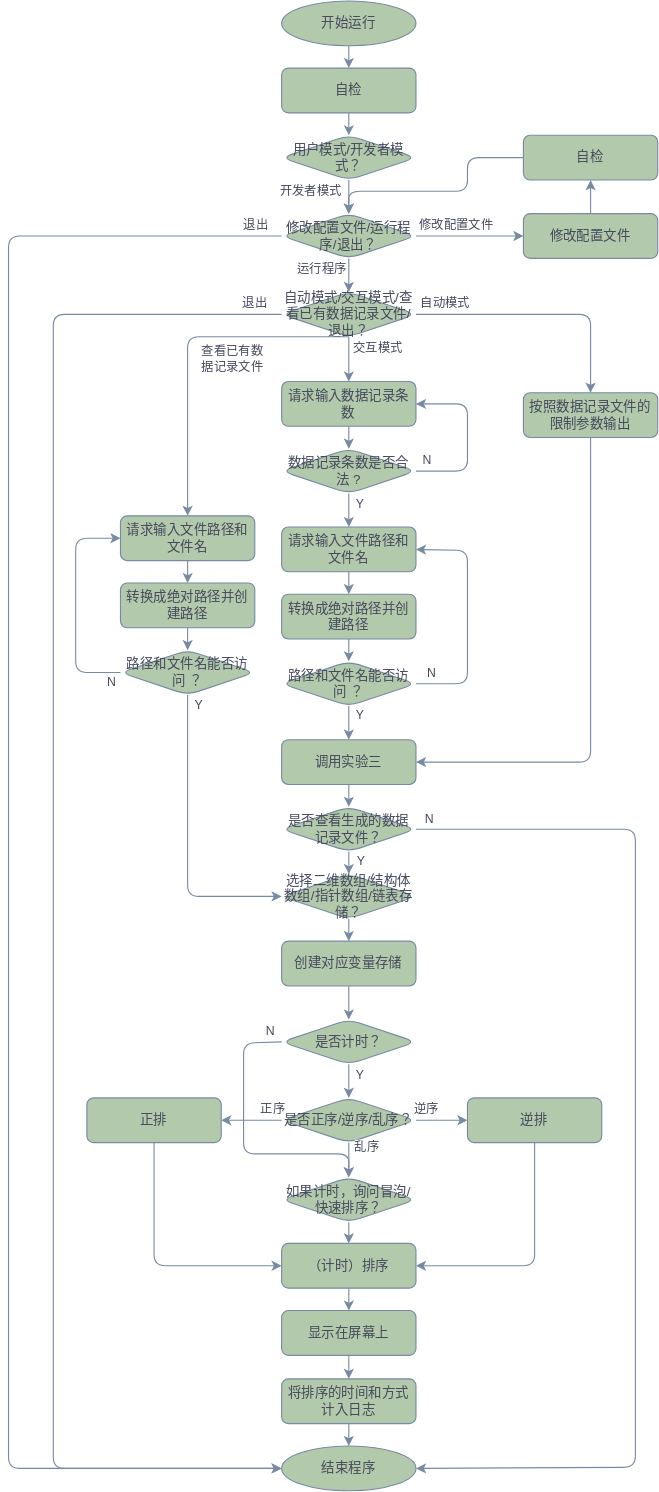
typingbugs/School-Assignment-Lab4 keeps this draw.io diagram as Doc/Lab4开发者模式.svg. Above is the earlier version. Source tidied: cells renumbered, new cells last; positions are measured from the earlier drawing's top-left corner, leaving out a move shared by most shapes.
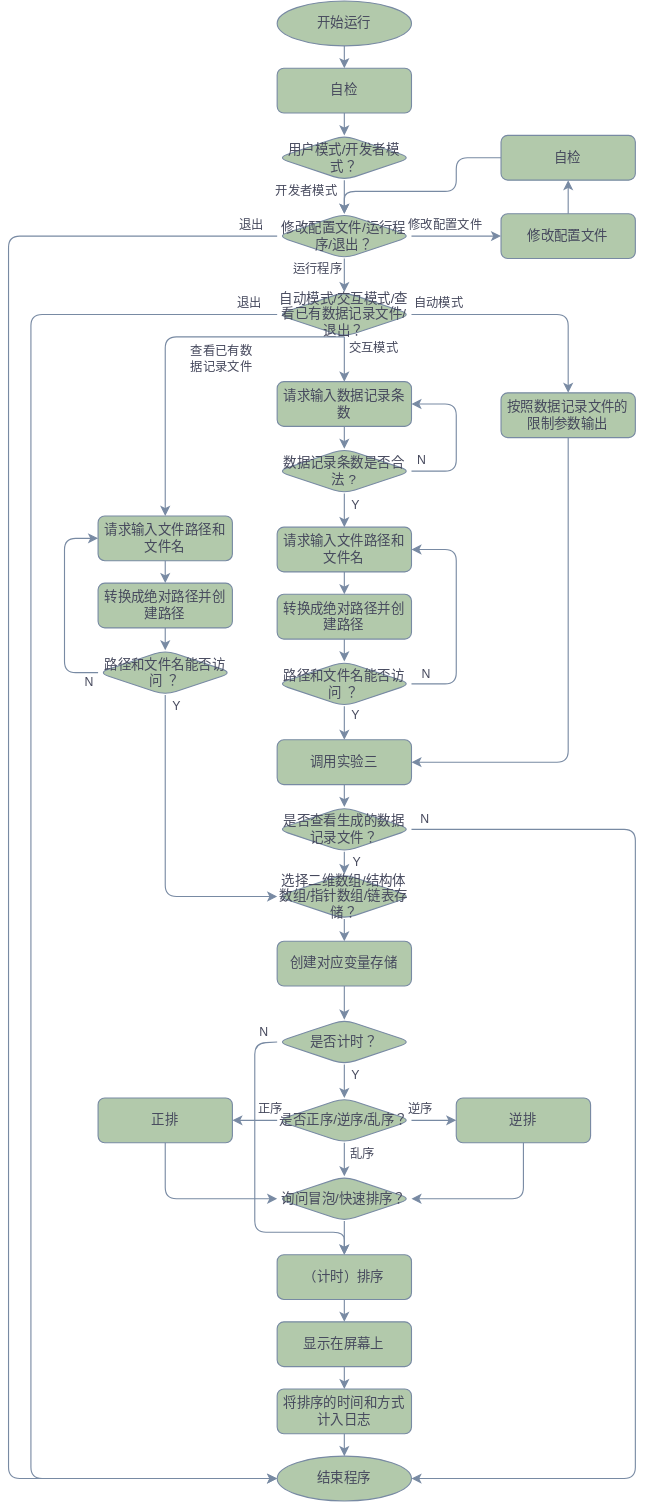
After the change.

Commit message:
docs: fix some mistakes in flow chart

fix flow chart about developer mode

Diff of the diagram source:
```diff
@@ -29,7 +29,7 @@
     <mxCell id="10" value="自动模式" style="endArrow=classic;html=1;rounded=1;exitX=1;exitY=0.5;exitDx=0;exitDy=0;entryX=0.5;entryY=0;entryDx=0;entryDy=0;strokeColor=#788AA3;fontColor=#46495D;" parent="1" edge="1" source="8" target="15">
       <mxGeometry x="-0.77" y="10" relative="1" as="geometry">
         <Array as="points">
-          <mxPoint x="520" y="280" />
+          <mxPoint x="504" y="280" />
         </Array>
       </mxGeometry>
     </mxCell>
@@ -40,13 +40,13 @@
       <mxGeometry x="-0.25" y="10" relative="1" as="geometry" />
     </mxCell>
     <mxCell id="13" value="修改配置文件" style="rounded=1;whiteSpace=wrap;html=1;fillColor=#B2C9AB;strokeColor=#788AA3;fontColor=#46495D;" parent="1" vertex="1">
-      <mxGeometry x="460" y="190" width="120" height="40" as="geometry" />
+      <mxGeometry x="444" y="190" width="120" height="40" as="geometry" />
     </mxCell>
     <mxCell id="14" value="是否计时？" style="rhombus;whiteSpace=wrap;html=1;rounded=1;fillColor=#B2C9AB;strokeColor=#788AA3;fontColor=#46495D;" parent="1" vertex="1">
       <mxGeometry x="244" y="910" width="120" height="40" as="geometry" />
     </mxCell>
     <mxCell id="15" value="按照数据记录文件的限制参数输出" style="rounded=1;whiteSpace=wrap;html=1;fillColor=#B2C9AB;strokeColor=#788AA3;fontColor=#46495D;" parent="1" vertex="1">
-      <mxGeometry x="460" y="350" width="120" height="40" as="geometry" />
+      <mxGeometry x="444" y="350" width="120" height="40" as="geometry" />
     </mxCell>
     <mxCell id="16" value="请求输入数据记录条数" style="rounded=1;whiteSpace=wrap;html=1;fillColor=#B2C9AB;strokeColor=#788AA3;fontColor=#46495D;" parent="1" vertex="1">
       <mxGeometry x="244" y="340" width="120" height="40" as="geometry" />
@@ -57,8 +57,8 @@
     <mxCell id="18" value="N" style="endArrow=classic;html=1;rounded=1;exitX=1;exitY=0.5;exitDx=0;exitDy=0;entryX=1;entryY=0.5;entryDx=0;entryDy=0;strokeColor=#788AA3;fontColor=#46495D;" parent="1" edge="1" source="17" target="16">
       <mxGeometry x="-0.88" y="10" relative="1" as="geometry">
         <Array as="points">
-          <mxPoint x="410" y="420" />
-          <mxPoint x="410" y="360" />
+          <mxPoint x="404" y="420" />
+          <mxPoint x="404" y="360" />
         </Array>
       </mxGeometry>
     </mxCell>
@@ -77,8 +77,8 @@
     <mxCell id="23" value="N" style="endArrow=classic;html=1;rounded=1;entryX=1;entryY=0.5;entryDx=0;entryDy=0;exitX=1;exitY=0.5;exitDx=0;exitDy=0;strokeColor=#788AA3;fontColor=#46495D;" parent="1" edge="1" source="21" target="20">
       <mxGeometry x="-0.87" y="9" relative="1" as="geometry">
         <Array as="points">
-          <mxPoint x="410" y="610" />
-          <mxPoint x="410" y="491" />
+          <mxPoint x="404" y="610" />
+          <mxPoint x="404" y="490" />
         </Array>
       </mxGeometry>
     </mxCell>
@@ -94,16 +94,16 @@
     <mxCell id="27" value="退出" style="endArrow=classic;html=1;rounded=1;curved=0;exitX=0;exitY=0.5;exitDx=0;exitDy=0;entryX=0;entryY=0.5;entryDx=0;entryDy=0;strokeColor=#788AA3;fontColor=#46495D;" parent="1" edge="1" source="8" target="33">
       <mxGeometry x="-0.97" y="-10" relative="1" as="geometry">
         <Array as="points">
-          <mxPoint x="40" y="280" />
-          <mxPoint x="40" y="1311" />
+          <mxPoint x="24" y="280" />
+          <mxPoint x="24" y="1320" />
         </Array>
       </mxGeometry>
     </mxCell>
     <mxCell id="28" value="退出" style="endArrow=classic;html=1;rounded=1;curved=0;entryX=0;entryY=0.5;entryDx=0;entryDy=0;exitX=0;exitY=0.5;exitDx=0;exitDy=0;strokeColor=#788AA3;fontColor=#46495D;" parent="1" edge="1" source="7" target="33">
       <mxGeometry x="-0.97" y="-10" relative="1" as="geometry">
         <Array as="points">
-          <mxPoint y="210" />
-          <mxPoint y="1311" />
+          <mxPoint x="4" y="210" />
+          <mxPoint x="4" y="1320" />
         </Array>
       </mxGeometry>
     </mxCell>
@@ -113,7 +113,7 @@
     <mxCell id="30" style="endArrow=classic;html=1;rounded=1;curved=0;exitX=0.5;exitY=1;exitDx=0;exitDy=0;entryX=1;entryY=0.5;entryDx=0;entryDy=0;strokeColor=#788AA3;fontColor=#46495D;" parent="1" edge="1" source="15" target="29">
       <mxGeometry relative="1" as="geometry">
         <Array as="points">
-          <mxPoint x="520" y="680" />
+          <mxPoint x="504" y="680" />
         </Array>
       </mxGeometry>
     </mxCell>
@@ -124,7 +124,7 @@
       <mxGeometry x="-0.33" y="-24" relative="1" as="geometry" />
     </mxCell>
     <mxCell id="33" value="结束程序" style="ellipse;whiteSpace=wrap;html=1;rounded=1;fillColor=#B2C9AB;strokeColor=#788AA3;fontColor=#46495D;" parent="1" vertex="1">
-      <mxGeometry x="244" y="1291" width="120" height="40" as="geometry" />
+      <mxGeometry x="244" y="1300" width="120" height="40" as="geometry" />
     </mxCell>
     <mxCell id="34" style="endArrow=classic;html=1;rounded=1;curved=0;exitX=0.5;exitY=1;exitDx=0;exitDy=0;entryX=0.5;entryY=0;entryDx=0;entryDy=0;strokeColor=#788AA3;fontColor=#46495D;" parent="1" edge="1" source="29" target="49">
       <mxGeometry relative="1" as="geometry" />
@@ -136,7 +136,7 @@
       <mxGeometry x="-0.33" y="10" relative="1" as="geometry" />
     </mxCell>
     <mxCell id="37" value="乱序" style="endArrow=classic;html=1;rounded=1;curved=0;exitX=0.5;exitY=1;exitDx=0;exitDy=0;entryX=0.5;entryY=0;entryDx=0;entryDy=0;strokeColor=#788AA3;fontColor=#46495D;" parent="1" edge="1" source="35" target="63">
-      <mxGeometry x="-0.74" y="16" relative="1" as="geometry" />
+      <mxGeometry x="-0.33" y="16" relative="1" as="geometry" />
     </mxCell>
     <mxCell id="38" value="正序" style="endArrow=classic;html=1;rounded=1;curved=0;exitX=0;exitY=0.5;exitDx=0;exitDy=0;entryX=1;entryY=0.5;entryDx=0;entryDy=0;strokeColor=#788AA3;fontColor=#46495D;" parent="1" edge="1" source="35" target="41">
       <mxGeometry x="-0.71" y="-10" relative="1" as="geometry" />
@@ -145,39 +145,39 @@
       <mxGeometry x="-0.62" y="10" relative="1" as="geometry" />
     </mxCell>
     <mxCell id="40" value="（计时）排序" style="rounded=1;whiteSpace=wrap;html=1;fillColor=#B2C9AB;strokeColor=#788AA3;fontColor=#46495D;" parent="1" vertex="1">
-      <mxGeometry x="244" y="1110" width="120" height="40" as="geometry" />
+      <mxGeometry x="244" y="1120" width="120" height="40" as="geometry" />
     </mxCell>
     <mxCell id="41" value="正排" style="rounded=1;whiteSpace=wrap;html=1;fillColor=#B2C9AB;strokeColor=#788AA3;fontColor=#46495D;" parent="1" vertex="1">
-      <mxGeometry x="70" y="980" width="120" height="40" as="geometry" />
+      <mxGeometry x="84" y="980" width="120" height="40" as="geometry" />
     </mxCell>
     <mxCell id="42" value="逆排" style="rounded=1;whiteSpace=wrap;html=1;fillColor=#B2C9AB;strokeColor=#788AA3;fontColor=#46495D;" parent="1" vertex="1">
-      <mxGeometry x="410" y="980" width="120" height="40" as="geometry" />
+      <mxGeometry x="404" y="980" width="120" height="40" as="geometry" />
     </mxCell>
-    <mxCell id="43" style="endArrow=classic;html=1;rounded=1;curved=0;entryX=0;entryY=0.5;entryDx=0;entryDy=0;exitX=0.5;exitY=1;exitDx=0;exitDy=0;strokeColor=#788AA3;fontColor=#46495D;" parent="1" edge="1" source="41" target="40">
+    <mxCell id="43" style="endArrow=classic;html=1;rounded=1;curved=0;entryX=0;entryY=0.5;entryDx=0;entryDy=0;exitX=0.5;exitY=1;exitDx=0;exitDy=0;strokeColor=#788AA3;fontColor=#46495D;" parent="1" edge="1" source="41" target="63">
       <mxGeometry relative="1" as="geometry">
         <Array as="points">
-          <mxPoint x="130" y="1130" />
+          <mxPoint x="144" y="1070" />
         </Array>
       </mxGeometry>
     </mxCell>
-    <mxCell id="44" style="endArrow=classic;html=1;rounded=1;curved=0;entryX=1;entryY=0.5;entryDx=0;entryDy=0;exitX=0.5;exitY=1;exitDx=0;exitDy=0;strokeColor=#788AA3;fontColor=#46495D;" parent="1" edge="1" source="42" target="40">
+    <mxCell id="44" style="endArrow=classic;html=1;rounded=1;curved=0;entryX=1;entryY=0.5;entryDx=0;entryDy=0;exitX=0.5;exitY=1;exitDx=0;exitDy=0;strokeColor=#788AA3;fontColor=#46495D;" parent="1" edge="1" source="42" target="63">
       <mxGeometry relative="1" as="geometry">
         <Array as="points">
-          <mxPoint x="470" y="1130" />
+          <mxPoint x="464" y="1070" />
         </Array>
       </mxGeometry>
     </mxCell>
-    <mxCell id="45" value="N" style="endArrow=classic;html=1;rounded=1;curved=0;exitX=0;exitY=0.5;exitDx=0;exitDy=0;entryX=0.5;entryY=0;entryDx=0;entryDy=0;strokeColor=#788AA3;fontColor=#46495D;" parent="1" edge="1" source="14" target="63">
+    <mxCell id="45" value="N" style="endArrow=classic;html=1;rounded=1;curved=0;exitX=0;exitY=0.5;exitDx=0;exitDy=0;entryX=0.5;entryY=0;entryDx=0;entryDy=0;strokeColor=#788AA3;fontColor=#46495D;" parent="1" edge="1" source="14" target="40">
       <mxGeometry x="-0.92" y="-10" relative="1" as="geometry">
         <Array as="points">
-          <mxPoint x="210" y="931" />
-          <mxPoint x="210" y="1030" />
-          <mxPoint x="304" y="1030" />
+          <mxPoint x="224" y="931" />
+          <mxPoint x="224" y="1100" />
+          <mxPoint x="304" y="1100" />
         </Array>
       </mxGeometry>
     </mxCell>
     <mxCell id="46" value="显示在屏幕上" style="rounded=1;whiteSpace=wrap;html=1;fillColor=#B2C9AB;strokeColor=#788AA3;fontColor=#46495D;" parent="1" vertex="1">
-      <mxGeometry x="244" y="1170" width="120" height="40" as="geometry" />
+      <mxGeometry x="244" y="1180" width="120" height="40" as="geometry" />
     </mxCell>
     <mxCell id="47" style="endArrow=classic;html=1;rounded=1;curved=0;entryX=0.5;entryY=0;entryDx=0;entryDy=0;exitX=0.5;exitY=1;exitDx=0;exitDy=0;strokeColor=#788AA3;fontColor=#46495D;" parent="1" edge="1" source="40" target="46">
       <mxGeometry relative="1" as="geometry" />
@@ -197,7 +197,7 @@
     <mxCell id="52" value="查看已有数&lt;br&gt;据记录文件" style="endArrow=classic;html=1;curved=0;exitX=0.5;exitY=1;exitDx=0;exitDy=0;rounded=1;entryX=0.5;entryY=0;entryDx=0;entryDy=0;strokeColor=#788AA3;fontColor=#46495D;" parent="1" edge="1" source="8" target="56">
       <mxGeometry x="-0.32" y="20" relative="1" as="geometry">
         <Array as="points">
-          <mxPoint x="160" y="300" />
+          <mxPoint x="144" y="300" />
         </Array>
       </mxGeometry>
     </mxCell>
@@ -207,16 +207,14 @@
     <mxCell id="54" value="创建对应变量存储" style="rounded=1;whiteSpace=wrap;html=1;fillColor=#B2C9AB;strokeColor=#788AA3;fontColor=#46495D;" parent="1" vertex="1">
       <mxGeometry x="244" y="840" width="120" height="40" as="geometry" />
     </mxCell>
-    <mxCell id="55" style="endArrow=classic;html=1;curved=0;entryX=0.5;entryY=0;entryDx=0;entryDy=0;rounded=1;strokeColor=#788AA3;fontColor=#46495D;" parent="1" edge="1" target="14">
-      <mxGeometry y="30" relative="1" as="geometry">
-        <mxPoint x="304" y="880" as="sourcePoint" />
-      </mxGeometry>
+    <mxCell id="55" style="endArrow=classic;html=1;curved=0;entryX=0.5;entryY=0;entryDx=0;entryDy=0;rounded=1;strokeColor=#788AA3;fontColor=#46495D;exitX=0.5;exitY=1;exitDx=0;exitDy=0;" parent="1" edge="1" source="54" target="14">
+      <mxGeometry y="30" relative="1" as="geometry" />
     </mxCell>
     <mxCell id="56" value="请求输入文件路径和文件名" style="rounded=1;whiteSpace=wrap;html=1;fillColor=#B2C9AB;strokeColor=#788AA3;fontColor=#46495D;" parent="1" vertex="1">
-      <mxGeometry x="100" y="460" width="120" height="40" as="geometry" />
+      <mxGeometry x="84" y="460" width="120" height="40" as="geometry" />
     </mxCell>
     <mxCell id="57" value="路径和文件名能否访问 ？" style="rhombus;whiteSpace=wrap;html=1;rounded=1;fillColor=#B2C9AB;strokeColor=#788AA3;fontColor=#46495D;" parent="1" vertex="1">
-      <mxGeometry x="100" y="580" width="120" height="40" as="geometry" />
+      <mxGeometry x="84" y="580" width="120" height="40" as="geometry" />
     </mxCell>
     <mxCell id="58" style="endArrow=classic;html=1;rounded=1;entryX=0.5;entryY=0;entryDx=0;entryDy=0;exitX=0.5;exitY=1;exitDx=0;exitDy=0;strokeColor=#788AA3;fontColor=#46495D;" parent="1" edge="1" source="60" target="57">
       <mxGeometry relative="1" as="geometry" />
@@ -224,13 +222,13 @@
     <mxCell id="59" value="N" style="endArrow=classic;html=1;rounded=1;entryX=0;entryY=0.5;entryDx=0;entryDy=0;exitX=0;exitY=0.5;exitDx=0;exitDy=0;strokeColor=#788AA3;fontColor=#46495D;" parent="1" edge="1" source="57" target="56">
       <mxGeometry x="-0.92" y="9" relative="1" as="geometry">
         <Array as="points">
-          <mxPoint x="60" y="600" />
-          <mxPoint x="60" y="480" />
+          <mxPoint x="54" y="600" />
+          <mxPoint x="54" y="480" />
         </Array>
       </mxGeometry>
     </mxCell>
     <mxCell id="60" value="转换成绝对路径并创建路径" style="rounded=1;whiteSpace=wrap;html=1;fillColor=#B2C9AB;strokeColor=#788AA3;fontColor=#46495D;" parent="1" vertex="1">
-      <mxGeometry x="100" y="520" width="120" height="40" as="geometry" />
+      <mxGeometry x="84" y="520" width="120" height="40" as="geometry" />
     </mxCell>
     <mxCell id="61" style="endArrow=classic;html=1;rounded=1;entryX=0.5;entryY=0;entryDx=0;entryDy=0;exitX=0.5;exitY=1;exitDx=0;exitDy=0;strokeColor=#788AA3;fontColor=#46495D;" parent="1" edge="1" source="56" target="60">
       <mxGeometry relative="1" as="geometry" />
@@ -238,18 +236,18 @@
     <mxCell id="62" value="Y" style="endArrow=classic;html=1;curved=0;exitX=0.5;exitY=1;exitDx=0;exitDy=0;rounded=1;entryX=0;entryY=0.5;entryDx=0;entryDy=0;strokeColor=#788AA3;fontColor=#46495D;" parent="1" edge="1" source="57" target="51">
       <mxGeometry x="-0.93" y="10" relative="1" as="geometry">
         <Array as="points">
-          <mxPoint x="160" y="800" />
+          <mxPoint x="144" y="800" />
         </Array>
       </mxGeometry>
     </mxCell>
-    <mxCell id="63" value="如果计时，询问冒泡/快速排序？" style="rhombus;whiteSpace=wrap;html=1;rounded=1;fillColor=#B2C9AB;strokeColor=#788AA3;fontColor=#46495D;" parent="1" vertex="1">
-      <mxGeometry x="244" y="1051" width="120" height="40" as="geometry" />
+    <mxCell id="63" value="询问冒泡/快速排序？" style="rhombus;whiteSpace=wrap;html=1;rounded=1;fillColor=#B2C9AB;strokeColor=#788AA3;fontColor=#46495D;" parent="1" vertex="1">
+      <mxGeometry x="244" y="1050" width="120" height="40" as="geometry" />
     </mxCell>
     <mxCell id="64" style="endArrow=classic;html=1;rounded=1;entryX=0.5;entryY=0;entryDx=0;entryDy=0;exitX=0.5;exitY=1;exitDx=0;exitDy=0;strokeColor=#788AA3;fontColor=#46495D;" parent="1" edge="1" source="63" target="40">
       <mxGeometry relative="1" as="geometry" />
     </mxCell>
     <mxCell id="65" value="将排序的时间和方式计入日志" style="rounded=1;whiteSpace=wrap;html=1;fillColor=#B2C9AB;strokeColor=#788AA3;fontColor=#46495D;" parent="1" vertex="1">
-      <mxGeometry x="244" y="1231" width="120" height="40" as="geometry" />
+      <mxGeometry x="244" y="1240" width="120" height="40" as="geometry" />
     </mxCell>
     <mxCell id="66" style="endArrow=classic;html=1;rounded=1;curved=0;entryX=0.5;entryY=0;entryDx=0;entryDy=0;exitX=0.5;exitY=1;exitDx=0;exitDy=0;strokeColor=#788AA3;fontColor=#46495D;" parent="1" edge="1" source="65" target="33">
       <mxGeometry relative="1" as="geometry" />
@@ -257,13 +255,13 @@
     <mxCell id="67" value="N" style="endArrow=classic;html=1;rounded=1;curved=0;exitX=1;exitY=0.5;exitDx=0;exitDy=0;entryX=1;entryY=0.5;entryDx=0;entryDy=0;strokeColor=#788AA3;fontColor=#46495D;" parent="1" edge="1" source="49" target="33">
       <mxGeometry x="-0.98" y="9" relative="1" as="geometry">
         <Array as="points">
-          <mxPoint x="560" y="740" />
-          <mxPoint x="560" y="1310" />
+          <mxPoint x="564" y="740" />
+          <mxPoint x="564" y="1320" />
         </Array>
       </mxGeometry>
     </mxCell>
     <mxCell id="68" value="自检" style="rounded=1;whiteSpace=wrap;html=1;fillColor=#B2C9AB;strokeColor=#788AA3;fontColor=#46495D;" parent="1" vertex="1">
-      <mxGeometry x="460" y="120" width="120" height="40" as="geometry" />
+      <mxGeometry x="444" y="120" width="120" height="40" as="geometry" />
     </mxCell>
     <mxCell id="69" style="endArrow=classic;html=1;rounded=1;entryX=0.5;entryY=1;entryDx=0;entryDy=0;exitX=0.5;exitY=0;exitDx=0;exitDy=0;strokeColor=#788AA3;fontColor=#46495D;" parent="1" edge="1" source="13" target="68">
       <mxGeometry relative="1" as="geometry" />
@@ -271,8 +269,8 @@
     <mxCell id="70" style="endArrow=classic;html=1;rounded=1;entryX=0.5;entryY=0;entryDx=0;entryDy=0;exitX=0;exitY=0.5;exitDx=0;exitDy=0;strokeColor=#788AA3;fontColor=#46495D;" parent="1" edge="1" source="68" target="7">
       <mxGeometry relative="1" as="geometry">
         <Array as="points">
-          <mxPoint x="410" y="140" />
-          <mxPoint x="410" y="170" />
+          <mxPoint x="404" y="140" />
+          <mxPoint x="404" y="170" />
           <mxPoint x="304" y="170" />
         </Array>
       </mxGeometry>
```
